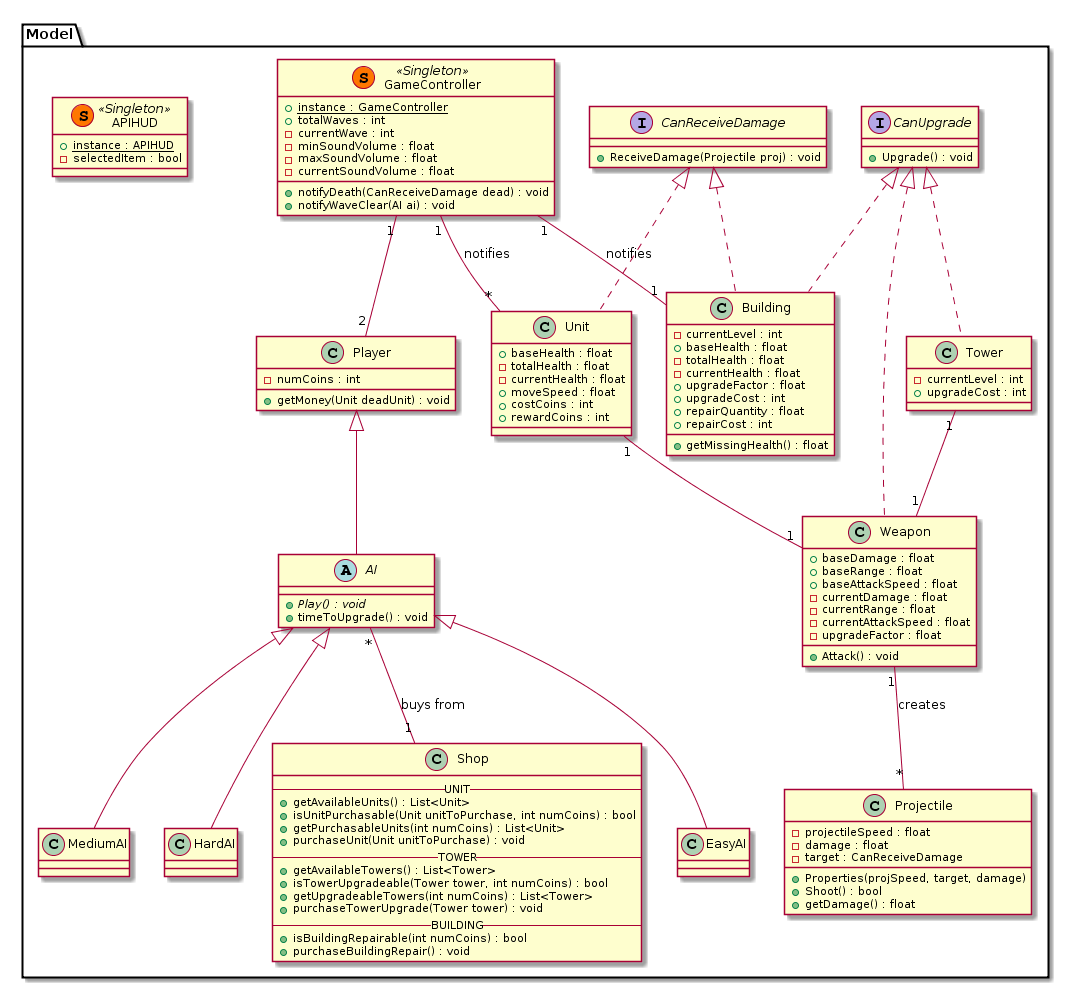
NestorTejero/ES2016B keeps this PlantUML diagram as uml_diagrams/classDiagram.png. Above is the earlier version.
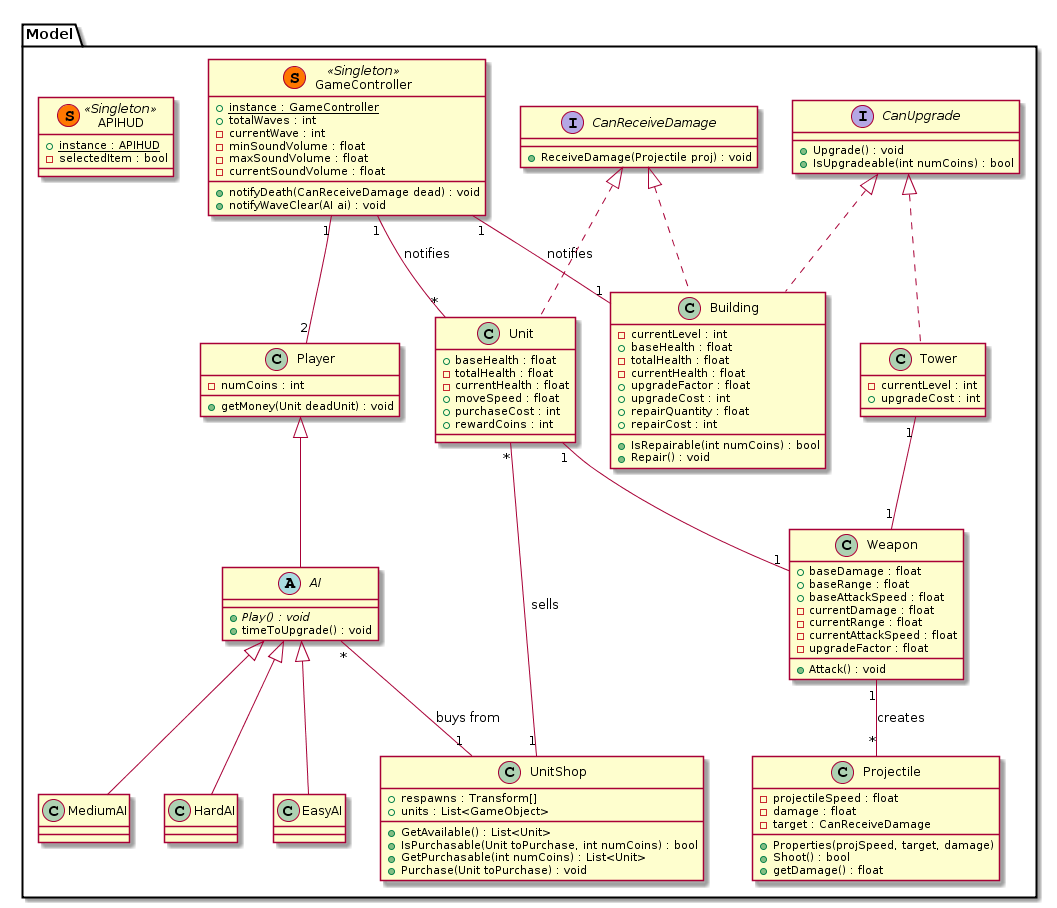
The same diagram one commit later.

What changed in the source:
```diff
@@ -3,6 +3,7 @@
 
 interface CanUpgrade {
     +Upgrade() : void
+    +IsUpgradeable(int numCoins) : bool
 }
 interface CanReceiveDamage {
     +ReceiveDamage(Projectile proj) : void
@@ -38,36 +39,31 @@
 class HardAI extends AI {
 }
 
-class Shop {
-    --UNIT--
-    +getAvailableUnits() : List<Unit>
-    +isUnitPurchasable(Unit unitToPurchase, int numCoins) : bool
-    +getPurchasableUnits(int numCoins) : List<Unit>
-    +purchaseUnit(Unit unitToPurchase) : void
-    --TOWER--
-    +getAvailableTowers() : List<Tower>
-    +isTowerUpgradeable(Tower tower, int numCoins) : bool
-    +getUpgradeableTowers(int numCoins) : List<Tower>
-    +purchaseTowerUpgrade(Tower tower) : void
-    --BUILDING--
-    +isBuildingRepairable(int numCoins) : bool
-    +purchaseBuildingRepair() : void
+class UnitShop {
+    +respawns : Transform[]
+    +units : List<GameObject>
+    +GetAvailable() : List<Unit>
+    +IsPurchasable(Unit toPurchase, int numCoins) : bool
+    +GetPurchasable(int numCoins) : List<Unit>
+    +Purchase(Unit toPurchase) : void
 }
 
-AI "*"--"1" Shop : buys from
+Unit "*" -- "1" UnitShop : sells
+
+AI "*"--"1" UnitShop : buys from
 
 class Unit implements CanReceiveDamage{
     +baseHealth : float
     -totalHealth : float
     -currentHealth : float
     +moveSpeed : float
-    +costCoins : int
+    +purchaseCost : int
     +rewardCoins : int
 }
 
 GameController "1" -- "*" Unit : notifies
 
-class Weapon implements CanUpgrade{
+class Weapon {
     +baseDamage : float
     +baseRange : float
     +baseAttackSpeed : float
@@ -101,7 +97,8 @@
     +upgradeCost : int
     +repairQuantity : float
     +repairCost : int
-    +getMissingHealth() : float
+    +IsRepairable(int numCoins) : bool
+    +Repair() : void
 }
 
 GameController "1" -- "1" Building : notifies
```
